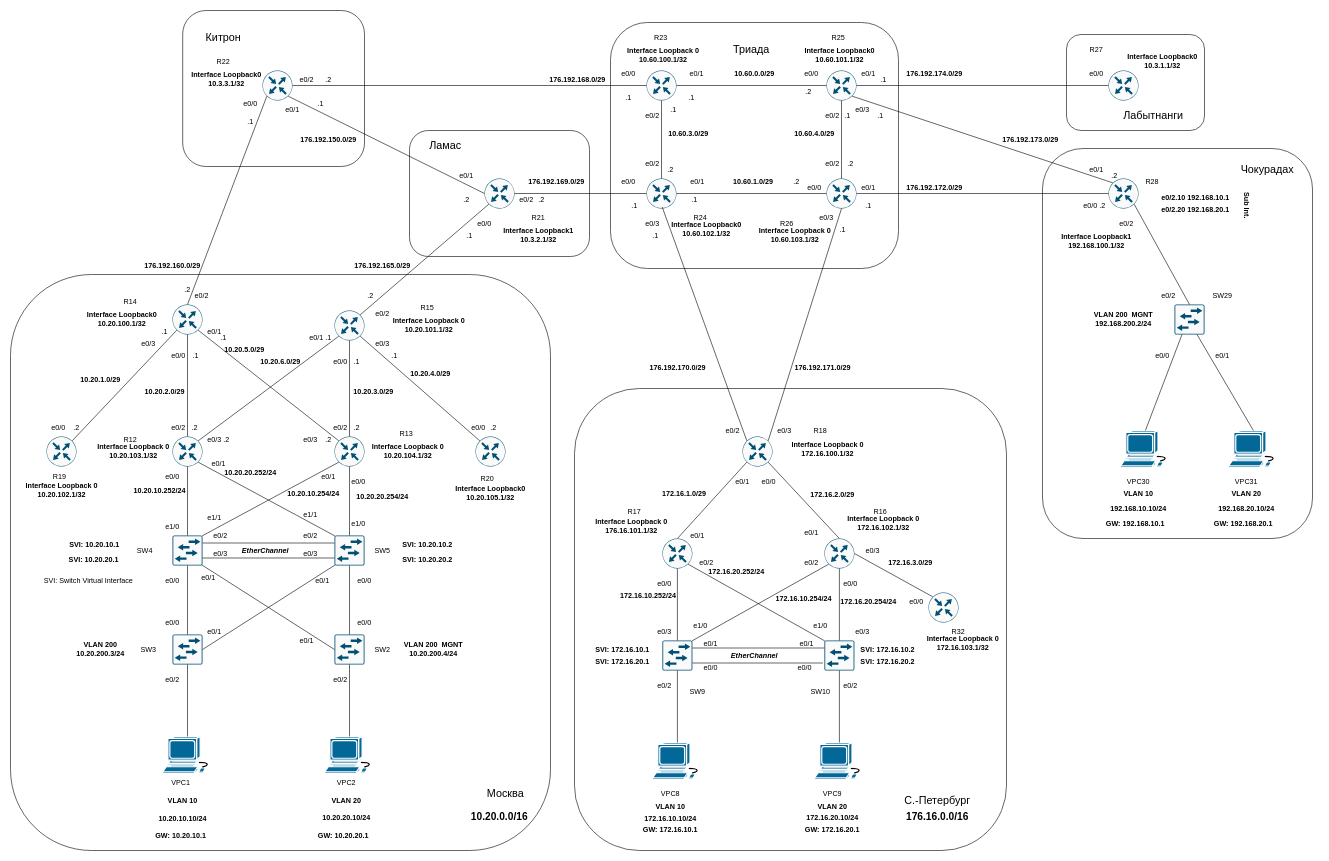
Above: page "Basic IP plan" (1 of 3) of Lab04.drawio in fueller-max/drawio (draw.io), before the change. Source tidied: cells renumbered, new cells numbered last; positions are measured from the earlier drawing's top-left corner, leaving out a move shared by most shapes. Both pictures are drawn from the tidied source at 60%, with x=0, y=0 at pixel (10, 10).
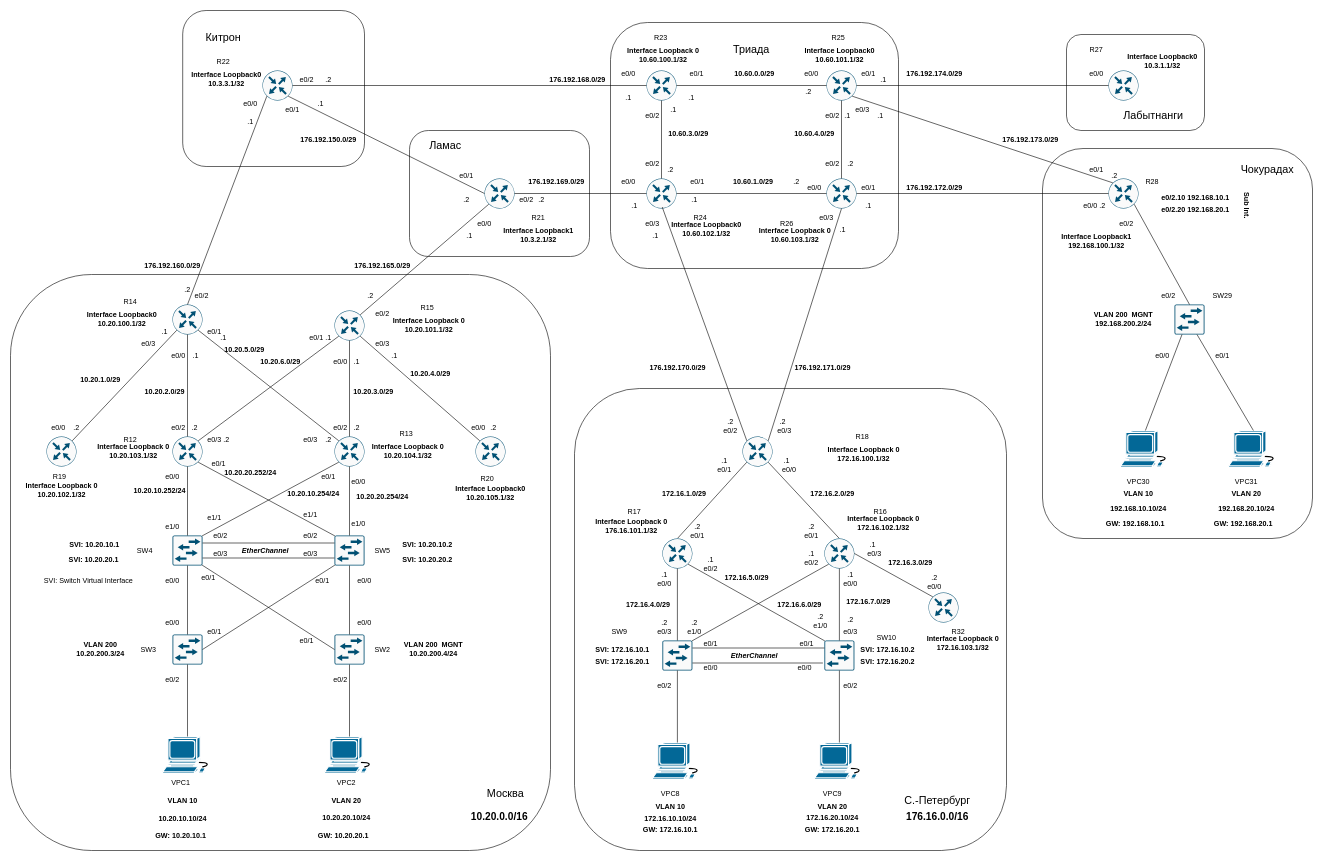
The same page after the edit.

Change to the diagram source:
```diff
@@
     <mxCell id="109" value="R18" style="text;html=1;align=center;verticalAlign=middle;whiteSpace=wrap;rounded=0;" parent="1" vertex="1">
-      <mxGeometry x="1320" y="686" width="60" height="30" as="geometry" />
+      <mxGeometry x="1390" y="695" width="60" height="30" as="geometry" />
     </mxCell>
@@
     <mxCell id="113" value="SW9" style="text;html=1;align=center;verticalAlign=middle;whiteSpace=wrap;rounded=0;" parent="1" vertex="1">
-      <mxGeometry x="1115" y="1120" width="60" height="30" as="geometry" />
+      <mxGeometry x="985" y="1020" width="60" height="30" as="geometry" />
     </mxCell>
     <mxCell id="114" value="SW10" style="text;html=1;align=center;verticalAlign=middle;whiteSpace=wrap;rounded=0;" parent="1" vertex="1">
-      <mxGeometry x="1320" y="1120" width="60" height="30" as="geometry" />
+      <mxGeometry x="1430" y="1030" width="60" height="30" as="geometry" />
     </mxCell>
@@
     <mxCell id="150" value="e0/3" style="text;html=1;align=center;verticalAlign=middle;whiteSpace=wrap;rounded=0;" parent="1" vertex="1">
-      <mxGeometry x="1406.5" y="885" width="60" height="30" as="geometry" />
+      <mxGeometry x="1410" y="890" width="60" height="30" as="geometry" />
     </mxCell>
     <mxCell id="151" value="e0/3" style="text;html=1;align=center;verticalAlign=middle;whiteSpace=wrap;rounded=0;" parent="1" vertex="1">
-      <mxGeometry x="1390" y="1020" width="60" height="30" as="geometry" />
+      <mxGeometry x="1370" y="1020" width="60" height="30" as="geometry" />
     </mxCell>
@@
     <mxCell id="153" value="e1/0" style="text;html=1;align=center;verticalAlign=middle;whiteSpace=wrap;rounded=0;" parent="1" vertex="1">
-      <mxGeometry x="1120" y="1010" width="60" height="30" as="geometry" />
+      <mxGeometry x="1110" y="1020" width="60" height="30" as="geometry" />
     </mxCell>
@@
     <mxCell id="155" value="e0/0" style="text;html=1;align=center;verticalAlign=middle;whiteSpace=wrap;rounded=0;" parent="1" vertex="1">
-      <mxGeometry x="1234" y="770" width="60" height="30" as="geometry" />
+      <mxGeometry x="1268" y="750" width="60" height="30" as="geometry" />
     </mxCell>
     <mxCell id="156" value="e0/1" style="text;html=1;align=center;verticalAlign=middle;whiteSpace=wrap;rounded=0;" parent="1" vertex="1">
-      <mxGeometry x="1190" y="770" width="60" height="30" as="geometry" />
+      <mxGeometry x="1160" y="750" width="60" height="30" as="geometry" />
     </mxCell>
     <mxCell id="157" value="e0/2" style="text;html=1;align=center;verticalAlign=middle;whiteSpace=wrap;rounded=0;" parent="1" vertex="1">
-      <mxGeometry x="1174" y="686" width="60" height="30" as="geometry" />
+      <mxGeometry x="1170" y="686" width="60" height="30" as="geometry" />
     </mxCell>
@@
     <mxCell id="160" value="e0/1" style="text;html=1;align=center;verticalAlign=middle;whiteSpace=wrap;rounded=0;" parent="1" vertex="1">
-      <mxGeometry x="1305" y="855" width="60" height="30" as="geometry" />
+      <mxGeometry x="1305" y="860" width="60" height="30" as="geometry" />
     </mxCell>
@@
     <mxCell id="164" value="e0/2" style="text;html=1;align=center;verticalAlign=middle;whiteSpace=wrap;rounded=0;" parent="1" vertex="1">
-      <mxGeometry x="1130" y="905" width="60" height="30" as="geometry" />
+      <mxGeometry x="1136.5" y="915" width="60" height="30" as="geometry" />
     </mxCell>
     <mxCell id="165" value="e0/0" style="text;html=1;align=center;verticalAlign=middle;whiteSpace=wrap;rounded=0;" parent="1" vertex="1">
-      <mxGeometry x="1480" y="970" width="60" height="30" as="geometry" />
+      <mxGeometry x="1510" y="945" width="60" height="30" as="geometry" />
     </mxCell>
@@
     <mxCell id="248" value="172.16.2.0/29" style="text;html=1;align=center;verticalAlign=middle;whiteSpace=wrap;rounded=0;fontStyle=1;" parent="1" vertex="1">
-      <mxGeometry x="1340" y="792" width="60" height="30" as="geometry" />
+      <mxGeometry x="1340" y="790" width="60" height="30" as="geometry" />
     </mxCell>
@@
     <mxCell id="265" value="Interface Loopback 0&lt;div&gt;172.16.100.1/32&lt;/div&gt;" style="text;html=1;align=center;verticalAlign=middle;whiteSpace=wrap;rounded=0;fontStyle=1;" parent="1" vertex="1">
-      <mxGeometry x="1294" y="716" width="136" height="30" as="geometry" />
+      <mxGeometry x="1354" y="725" width="136" height="30" as="geometry" />
     </mxCell>
@@
-    <mxCell id="309" value="172.16.10.252/24" style="text;html=1;align=center;verticalAlign=middle;whiteSpace=wrap;rounded=0;fontStyle=1;" parent="1" vertex="1">
-      <mxGeometry x="1033" y="960" width="60" height="30" as="geometry" />
+    <mxCell id="309" value="172.16.4.0/29" style="text;html=1;align=center;verticalAlign=middle;whiteSpace=wrap;rounded=0;fontStyle=1;" parent="1" vertex="1">
+      <mxGeometry x="1033" y="975" width="60" height="30" as="geometry" />
     </mxCell>
-    <mxCell id="310" value="172.16.20.252/24" style="text;html=1;align=center;verticalAlign=middle;whiteSpace=wrap;rounded=0;fontStyle=1;" parent="1" vertex="1">
-      <mxGeometry x="1180" y="920" width="60" height="30" as="geometry" />
+    <mxCell id="310" value="172.16.5.0&lt;span style=&quot;background-color: initial;&quot;&gt;/29&lt;/span&gt;" style="text;html=1;align=center;verticalAlign=middle;whiteSpace=wrap;rounded=0;fontStyle=1;" parent="1" vertex="1">
+      <mxGeometry x="1196.5" y="930" width="60" height="30" as="geometry" />
     </mxCell>
-    <mxCell id="311" value="172.16.20.254/24" style="text;html=1;align=center;verticalAlign=middle;whiteSpace=wrap;rounded=0;fontStyle=1;" parent="1" vertex="1">
+    <mxCell id="311" value="172.16.7.0/29" style="text;html=1;align=center;verticalAlign=middle;whiteSpace=wrap;rounded=0;fontStyle=1;" parent="1" vertex="1">
       <mxGeometry x="1400" y="970" width="60" height="30" as="geometry" />
     </mxCell>
-    <mxCell id="312" value="172.16.10.254/24" style="text;html=1;align=center;verticalAlign=middle;whiteSpace=wrap;rounded=0;fontStyle=1;" parent="1" vertex="1">
-      <mxGeometry x="1291.5" y="965" width="60" height="30" as="geometry" />
+    <mxCell id="312" value="172.16.6.0/29" style="text;html=1;align=center;verticalAlign=middle;whiteSpace=wrap;rounded=0;fontStyle=1;" parent="1" vertex="1">
+      <mxGeometry x="1285" y="975" width="60" height="30" as="geometry" />
     </mxCell>
@@
+    <mxCell id="334" value=".1" style="text;html=1;align=center;verticalAlign=middle;whiteSpace=wrap;rounded=0;" parent="1" vertex="1">
+      <mxGeometry x="1160" y="735" width="60" height="30" as="geometry" />
+    </mxCell>
+    <mxCell id="335" value=".1" style="text;html=1;align=center;verticalAlign=middle;whiteSpace=wrap;rounded=0;" parent="1" vertex="1">
+      <mxGeometry x="1264" y="735" width="60" height="30" as="geometry" />
+    </mxCell>
+    <mxCell id="336" value=".1" style="text;html=1;align=center;verticalAlign=middle;whiteSpace=wrap;rounded=0;" parent="1" vertex="1">
+      <mxGeometry x="1370" y="925" width="60" height="30" as="geometry" />
+    </mxCell>
+    <mxCell id="337" value=".1" style="text;html=1;align=center;verticalAlign=middle;whiteSpace=wrap;rounded=0;" parent="1" vertex="1">
+      <mxGeometry x="1136.5" y="900" width="60" height="30" as="geometry" />
+    </mxCell>
+    <mxCell id="338" value=".1" style="text;html=1;align=center;verticalAlign=middle;whiteSpace=wrap;rounded=0;" parent="1" vertex="1">
+      <mxGeometry x="1060" y="925" width="60" height="30" as="geometry" />
+    </mxCell>
+    <mxCell id="339" value=".1" style="text;html=1;align=center;verticalAlign=middle;whiteSpace=wrap;rounded=0;" parent="1" vertex="1">
+      <mxGeometry x="1305" y="890" width="60" height="30" as="geometry" />
+    </mxCell>
+    <mxCell id="340" value=".2" style="text;html=1;align=center;verticalAlign=middle;whiteSpace=wrap;rounded=0;" parent="1" vertex="1">
+      <mxGeometry x="1060" y="1005" width="60" height="30" as="geometry" />
+    </mxCell>
+    <mxCell id="341" value=".2" style="text;html=1;align=center;verticalAlign=middle;whiteSpace=wrap;rounded=0;" parent="1" vertex="1">
+      <mxGeometry x="1110" y="1005" width="60" height="30" as="geometry" />
+    </mxCell>
+    <mxCell id="342" value=".2" style="text;html=1;align=center;verticalAlign=middle;whiteSpace=wrap;rounded=0;" parent="1" vertex="1">
+      <mxGeometry x="1320" y="1000" width="60" height="20" as="geometry" />
+    </mxCell>
+    <mxCell id="343" value=".2" style="text;html=1;align=center;verticalAlign=middle;whiteSpace=wrap;rounded=0;" parent="1" vertex="1">
+      <mxGeometry x="1370" y="1000" width="60" height="30" as="geometry" />
+    </mxCell>
+    <mxCell id="344" value=".2" style="text;html=1;align=center;verticalAlign=middle;whiteSpace=wrap;rounded=0;" parent="1" vertex="1">
+      <mxGeometry x="1115" y="845" width="60" height="30" as="geometry" />
+    </mxCell>
+    <mxCell id="345" value=".2" style="text;html=1;align=center;verticalAlign=middle;whiteSpace=wrap;rounded=0;" parent="1" vertex="1">
+      <mxGeometry x="1305" y="845" width="60" height="30" as="geometry" />
+    </mxCell>
+    <mxCell id="346" value=".1" style="text;html=1;align=center;verticalAlign=middle;whiteSpace=wrap;rounded=0;" parent="1" vertex="1">
+      <mxGeometry x="1406.5" y="875" width="60" height="30" as="geometry" />
+    </mxCell>
+    <mxCell id="347" value=".2" style="text;html=1;align=center;verticalAlign=middle;whiteSpace=wrap;rounded=0;" parent="1" vertex="1">
+      <mxGeometry x="1510" y="930" width="60" height="30" as="geometry" />
+    </mxCell>
+    <mxCell id="348" value=".2" style="text;html=1;align=center;verticalAlign=middle;whiteSpace=wrap;rounded=0;" parent="1" vertex="1">
+      <mxGeometry x="1256.5" y="670" width="60" height="30" as="geometry" />
+    </mxCell>
+    <mxCell id="349" value=".2" style="text;html=1;align=center;verticalAlign=middle;whiteSpace=wrap;rounded=0;" parent="1" vertex="1">
+      <mxGeometry x="1170" y="670" width="60" height="30" as="geometry" />
+    </mxCell>
```
